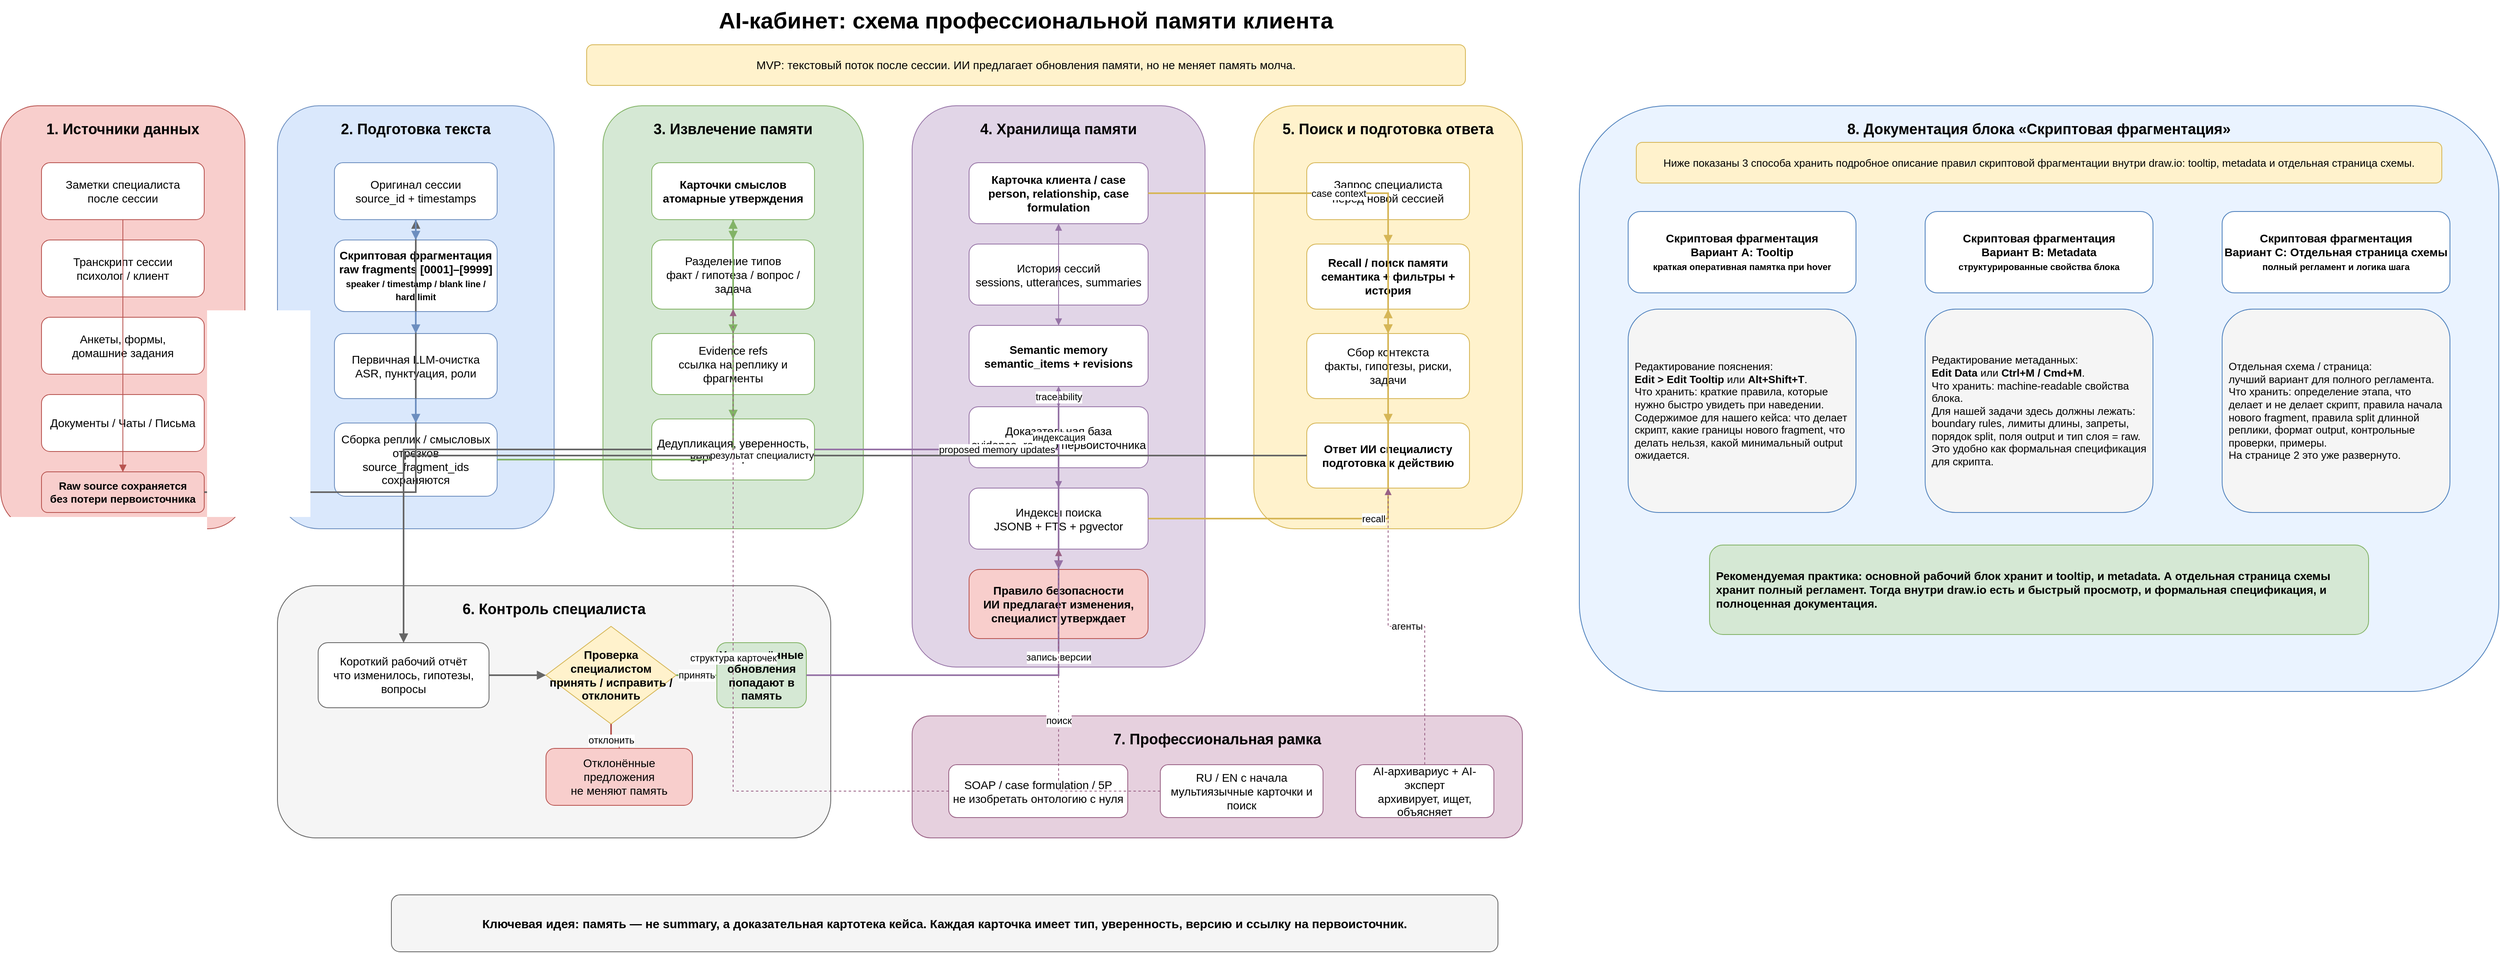
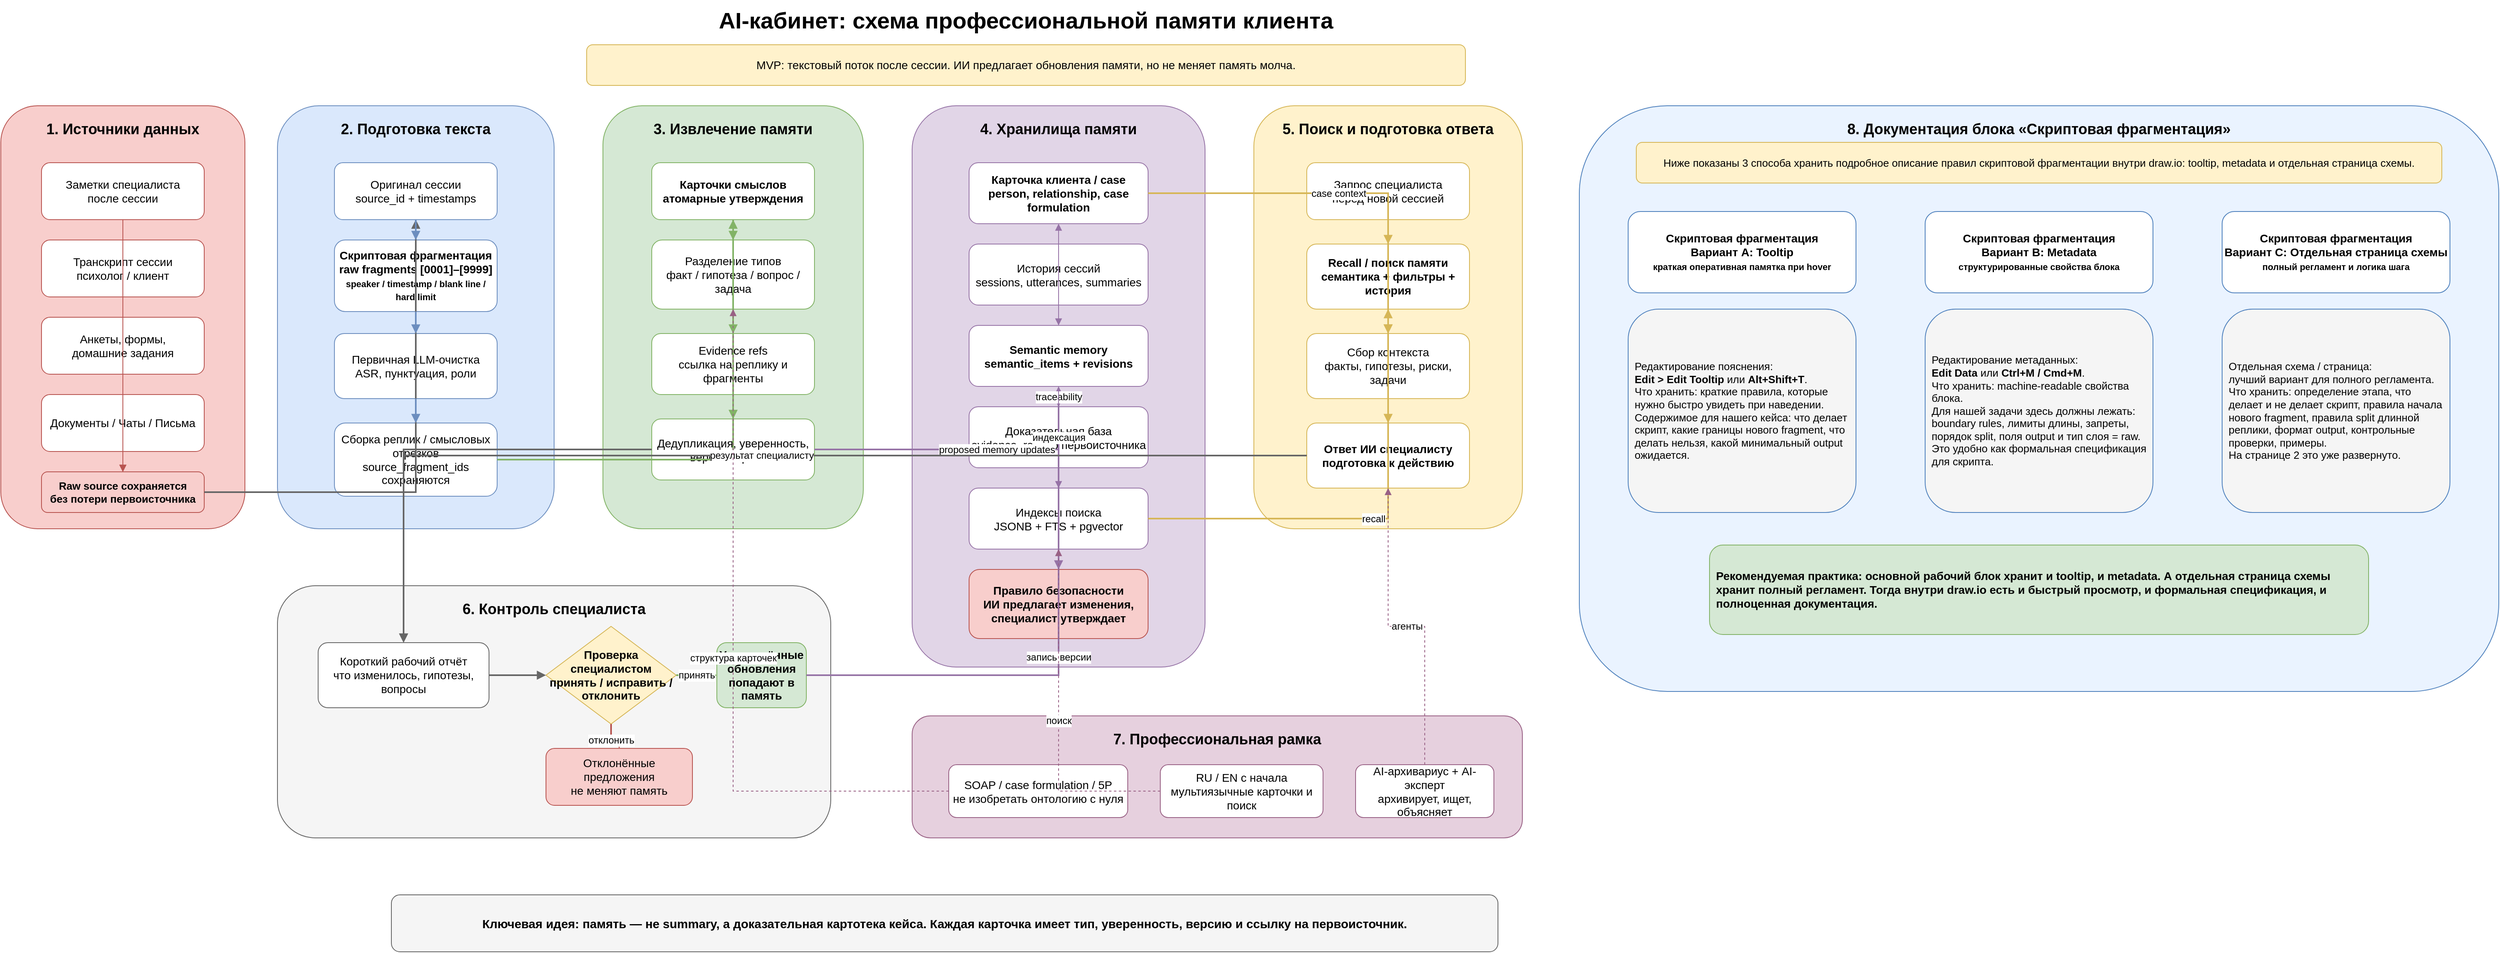
<mxfile host="app.diagrams.net" agent="ChatGPT" version="24.7.17" type="github">
  <diagram name="AI-кабинет — память клиента" id="ai-cabinet-memory-workflow">
    <mxGraphModel dx="3200" dy="1400" grid="1" gridSize="10" guides="1" tooltips="1" connect="1" arrows="1" fold="1" page="1" pageScale="1" pageWidth="3200" pageHeight="1600" math="0" shadow="0">
      <root>
        <mxCell id="0" />
        <mxCell id="1" parent="0" />

        <mxCell id="title" value="AI-кабинет: схема профессиональной памяти клиента" style="text;html=1;strokeColor=none;fillColor=none;align=center;verticalAlign=middle;whiteSpace=wrap;rounded=0;fontSize=28;fontStyle=1" vertex="1" parent="1">
          <mxGeometry x="560" y="20" width="1480" height="50" as="geometry" />
        </mxCell>
        <mxCell id="subtitle" value="MVP: текстовый поток после сессии. ИИ предлагает обновления памяти, но не меняет память молча." style="rounded=1;whiteSpace=wrap;html=1;fillColor=#fff2cc;strokeColor=#d6b656;fontSize=14;align=center;verticalAlign=middle" vertex="1" parent="1">
          <mxGeometry x="760" y="75" width="1080" height="50" as="geometry" />
        </mxCell>

        <mxCell id="zone_input" value="1. Источники данных" style="rounded=1;whiteSpace=wrap;html=1;fillColor=#f8cecc;strokeColor=#b85450;fontSize=18;fontStyle=1;align=center;verticalAlign=top;spacingTop=12" vertex="1" parent="1">
          <mxGeometry x="40" y="150" width="300" height="520" as="geometry" />
        </mxCell>
        <mxCell id="source_notes" value="Заметки специалиста&#xa;после сессии" style="rounded=1;whiteSpace=wrap;html=1;fillColor=#ffffff;strokeColor=#b85450;fontSize=14" vertex="1" parent="1">
          <mxGeometry x="90" y="220" width="200" height="70" as="geometry" />
        </mxCell>
        <mxCell id="source_transcript" value="Транскрипт сессии&#xa;психолог / клиент" style="rounded=1;whiteSpace=wrap;html=1;fillColor=#ffffff;strokeColor=#b85450;fontSize=14" vertex="1" parent="1">
          <mxGeometry x="90" y="315" width="200" height="70" as="geometry" />
        </mxCell>
        <mxCell id="source_forms" value="Анкеты, формы,&#xa;домашние задания" style="rounded=1;whiteSpace=wrap;html=1;fillColor=#ffffff;strokeColor=#b85450;fontSize=14" vertex="1" parent="1">
          <mxGeometry x="90" y="410" width="200" height="70" as="geometry" />
        </mxCell>
        <mxCell id="source_docs" value="Документы / Чаты / Письма" style="rounded=1;whiteSpace=wrap;html=1;fillColor=#ffffff;strokeColor=#b85450;fontSize=14" vertex="1" parent="1">
          <mxGeometry x="90" y="505" width="200" height="70" as="geometry" />
        </mxCell>
        <mxCell id="source_raw" value="Raw source сохраняется&#xa;без потери первоисточника" style="rounded=1;whiteSpace=wrap;html=1;fillColor=#f8cecc;strokeColor=#b85450;fontSize=13;fontStyle=1" vertex="1" parent="1">
          <mxGeometry x="90" y="600" width="200" height="50" as="geometry" />
        </mxCell>

        <mxCell id="zone_prepare" value="2. Подготовка текста" style="rounded=1;whiteSpace=wrap;html=1;fillColor=#dae8fc;strokeColor=#6c8ebf;fontSize=18;fontStyle=1;align=center;verticalAlign=top;spacingTop=12" vertex="1" parent="1">
          <mxGeometry x="380" y="150" width="340" height="520" as="geometry" />
        </mxCell>
        <mxCell id="prep_original" value="Оригинал сессии&#xa;source_id + timestamps" style="rounded=1;whiteSpace=wrap;html=1;fillColor=#ffffff;strokeColor=#6c8ebf;fontSize=14" vertex="1" parent="1">
          <mxGeometry x="450" y="220" width="200" height="70" as="geometry" />
        </mxCell>

        <UserObject id="prep_fragment" label="&lt;b&gt;Скриптовая фрагментация&lt;/b&gt;&lt;br&gt;raw fragments [0001]–[9999]&lt;br&gt;&lt;font style=&quot;font-size:11px;&quot;&gt;speaker / timestamp / blank line / hard limit&lt;/font&gt;" tooltip="Скриптовая фрагментация: детерминированная raw-нарезка. Скрипт не понимает смысл и не чистит текст. Новый fragment создается при смене speaker, новом timestamp-блоке, пустой строке между абзацами при отсутствии speaker labels или при превышении hard limit. Одинарный перенос строки не является новой границей. Выход: fragment_id, raw_text, speaker, char range, line range, timestamps." mode="tooltip" owner="script" layer="raw" boundary_rules="speaker_change|timestamp_block|blank_line_without_speaker|hard_limit" do_not_do="no semantic grouping; no rewriting; no deletion" output_fields="fragment_id; raw_text; speaker; char_start; char_end; line_start; line_end; timestamp_start; timestamp_end">
          <mxCell style="rounded=1;whiteSpace=wrap;html=1;fillColor=#ffffff;strokeColor=#6c8ebf;fontSize=14;fontStyle=1" vertex="1" parent="1">
            <mxGeometry x="450" y="315" width="200" height="88" as="geometry" />
          </mxCell>
        </UserObject>

        <mxCell id="prep_clean" value="Первичная LLM-очистка&#xa;ASR, пунктуация, роли" style="rounded=1;whiteSpace=wrap;html=1;fillColor=#ffffff;strokeColor=#6c8ebf;fontSize=14" vertex="1" parent="1">
          <mxGeometry x="450" y="430" width="200" height="80" as="geometry" />
        </mxCell>
        <mxCell id="prep_assembly" value="Сборка реплик / смысловых отрезков&#xa;source_fragment_ids сохраняются" style="rounded=1;whiteSpace=wrap;html=1;fillColor=#ffffff;strokeColor=#6c8ebf;fontSize=14" vertex="1" parent="1">
          <mxGeometry x="450" y="540" width="200" height="90" as="geometry" />
        </mxCell>

        <mxCell id="zone_extract" value="3. Извлечение памяти" style="rounded=1;whiteSpace=wrap;html=1;fillColor=#d5e8d4;strokeColor=#82b366;fontSize=18;fontStyle=1;align=center;verticalAlign=top;spacingTop=12" vertex="1" parent="1">
          <mxGeometry x="780" y="150" width="320" height="520" as="geometry" />
        </mxCell>
        <mxCell id="extract_cards" value="Карточки смыслов&#xa;атомарные утверждения" style="rounded=1;whiteSpace=wrap;html=1;fillColor=#ffffff;strokeColor=#82b366;fontSize=14;fontStyle=1" vertex="1" parent="1">
          <mxGeometry x="840" y="220" width="200" height="70" as="geometry" />
        </mxCell>
        <mxCell id="extract_fact_hyp" value="Разделение типов&#xa;факт / гипотеза / вопрос / задача" style="rounded=1;whiteSpace=wrap;html=1;fillColor=#ffffff;strokeColor=#82b366;fontSize=14" vertex="1" parent="1">
          <mxGeometry x="840" y="315" width="200" height="85" as="geometry" />
        </mxCell>
        <mxCell id="extract_evidence" value="Evidence refs&#xa;ссылка на реплику и фрагменты" style="rounded=1;whiteSpace=wrap;html=1;fillColor=#ffffff;strokeColor=#82b366;fontSize=14" vertex="1" parent="1">
          <mxGeometry x="840" y="430" width="200" height="75" as="geometry" />
        </mxCell>
        <mxCell id="extract_dedup" value="Дедупликация, уверенность,&#xa;версии карточек" style="rounded=1;whiteSpace=wrap;html=1;fillColor=#ffffff;strokeColor=#82b366;fontSize=14" vertex="1" parent="1">
          <mxGeometry x="840" y="535" width="200" height="75" as="geometry" />
        </mxCell>

        <mxCell id="zone_storage" value="4. Хранилища памяти" style="rounded=1;whiteSpace=wrap;html=1;fillColor=#e1d5e7;strokeColor=#9673a6;fontSize=18;fontStyle=1;align=center;verticalAlign=top;spacingTop=12" vertex="1" parent="1">
          <mxGeometry x="1160" y="150" width="360" height="690" as="geometry" />
        </mxCell>
        <mxCell id="store_client" value="Карточка клиента / case&#xa;person, relationship, case formulation" style="rounded=1;whiteSpace=wrap;html=1;fillColor=#ffffff;strokeColor=#9673a6;fontSize=14;fontStyle=1" vertex="1" parent="1">
          <mxGeometry x="1230" y="220" width="220" height="75" as="geometry" />
        </mxCell>
        <mxCell id="store_sessions" value="История сессий&#xa;sessions, utterances, summaries" style="rounded=1;whiteSpace=wrap;html=1;fillColor=#ffffff;strokeColor=#9673a6;fontSize=14" vertex="1" parent="1">
          <mxGeometry x="1230" y="320" width="220" height="75" as="geometry" />
        </mxCell>
        <mxCell id="store_semantic" value="Semantic memory&#xa;semantic_items + revisions" style="rounded=1;whiteSpace=wrap;html=1;fillColor=#ffffff;strokeColor=#9673a6;fontSize=14;fontStyle=1" vertex="1" parent="1">
          <mxGeometry x="1230" y="420" width="220" height="75" as="geometry" />
        </mxCell>
        <mxCell id="store_evidence" value="Доказательная база&#xa;evidence_refs до первоисточника" style="rounded=1;whiteSpace=wrap;html=1;fillColor=#ffffff;strokeColor=#9673a6;fontSize=14" vertex="1" parent="1">
          <mxGeometry x="1230" y="520" width="220" height="75" as="geometry" />
        </mxCell>
        <mxCell id="store_index" value="Индексы поиска&#xa;JSONB + FTS + pgvector" style="rounded=1;whiteSpace=wrap;html=1;fillColor=#ffffff;strokeColor=#9673a6;fontSize=14" vertex="1" parent="1">
          <mxGeometry x="1230" y="620" width="220" height="75" as="geometry" />
        </mxCell>
        <mxCell id="store_policy" value="Правило безопасности&#xa;ИИ предлагает изменения,&#xa;специалист утверждает" style="rounded=1;whiteSpace=wrap;html=1;fillColor=#f8cecc;strokeColor=#b85450;fontSize=14;fontStyle=1" vertex="1" parent="1">
          <mxGeometry x="1230" y="720" width="220" height="85" as="geometry" />
        </mxCell>

        <mxCell id="zone_retrieval" value="5. Поиск и подготовка ответа" style="rounded=1;whiteSpace=wrap;html=1;fillColor=#fff2cc;strokeColor=#d6b656;fontSize=18;fontStyle=1;align=center;verticalAlign=top;spacingTop=12" vertex="1" parent="1">
          <mxGeometry x="1580" y="150" width="330" height="520" as="geometry" />
        </mxCell>
        <mxCell id="retrieval_query" value="Запрос специалиста&#xa;перед новой сессией" style="rounded=1;whiteSpace=wrap;html=1;fillColor=#ffffff;strokeColor=#d6b656;fontSize=14" vertex="1" parent="1">
          <mxGeometry x="1645" y="220" width="200" height="70" as="geometry" />
        </mxCell>
        <mxCell id="retrieval_search" value="Recall / поиск памяти&#xa;семантика + фильтры + история" style="rounded=1;whiteSpace=wrap;html=1;fillColor=#ffffff;strokeColor=#d6b656;fontSize=14;fontStyle=1" vertex="1" parent="1">
          <mxGeometry x="1645" y="320" width="200" height="80" as="geometry" />
        </mxCell>
        <mxCell id="retrieval_context" value="Сбор контекста&#xa;факты, гипотезы, риски, задачи" style="rounded=1;whiteSpace=wrap;html=1;fillColor=#ffffff;strokeColor=#d6b656;fontSize=14" vertex="1" parent="1">
          <mxGeometry x="1645" y="430" width="200" height="80" as="geometry" />
        </mxCell>
        <mxCell id="retrieval_answer" value="Ответ ИИ специалисту&#xa;подготовка к действию" style="rounded=1;whiteSpace=wrap;html=1;fillColor=#ffffff;strokeColor=#d6b656;fontSize=14;fontStyle=1" vertex="1" parent="1">
          <mxGeometry x="1645" y="540" width="200" height="80" as="geometry" />
        </mxCell>

        <mxCell id="zone_fragment_docs" value="8. Документация блока «Скриптовая фрагментация»" style="rounded=1;whiteSpace=wrap;html=1;fillColor=#eaf3ff;strokeColor=#4f81bd;fontSize=18;fontStyle=1;align=center;verticalAlign=top;spacingTop=12" vertex="1" parent="1">
          <mxGeometry x="1980" y="150" width="1130" height="720" as="geometry" />
        </mxCell>
        <mxCell id="fragment_docs_caption" value="Ниже показаны 3 способа хранить подробное описание правил скриптовой фрагментации внутри draw.io: tooltip, metadata и отдельная страница схемы." style="rounded=1;whiteSpace=wrap;html=1;fillColor=#fff2cc;strokeColor=#d6b656;fontSize=13;align=center" vertex="1" parent="1">
          <mxGeometry x="2050" y="195" width="990" height="50" as="geometry" />
        </mxCell>

        <UserObject id="frag_tooltip_demo" label="&lt;b&gt;Скриптовая фрагментация&lt;/b&gt;&lt;br&gt;Вариант A: Tooltip&lt;br&gt;&lt;font style=&quot;font-size:11px;&quot;&gt;краткая оперативная памятка при hover&lt;/font&gt;" tooltip="1) Скрипт не понимает смысл и не чистит текст. 2) Базовая единица — реплика говорящего. 3) Новый fragment: смена speaker, новый timestamp-блок, пустая строка между абзацами без speaker labels, превышение hard limit. 4) Одинарный перенос строки не создает новый fragment. 5) Длинная реплика режется по . ? ! ; , затем по пробелу перед лимитом. 6) Ничего не удалять и не переписывать. 7) Выход: fragment_id + координаты в исходнике." mode="tooltip">
          <mxCell style="rounded=1;whiteSpace=wrap;html=1;fillColor=#ffffff;strokeColor=#4f81bd;fontSize=14;fontStyle=1" vertex="1" parent="1">
            <mxGeometry x="2040" y="280" width="280" height="100" as="geometry" />
          </mxCell>
        </UserObject>
        <mxCell id="frag_tooltip_note" value="Редактирование пояснения:&lt;br&gt;&lt;b&gt;Edit &gt; Edit Tooltip&lt;/b&gt; или &lt;b&gt;Alt+Shift+T&lt;/b&gt;.&lt;br&gt;Что хранить: краткие правила, которые нужно быстро увидеть при наведении.&lt;br&gt;Содержимое для нашего кейса: что делает скрипт, какие границы нового fragment, что делать нельзя, какой минимальный output ожидается." style="rounded=1;whiteSpace=wrap;html=1;fillColor=#f5f5f5;strokeColor=#4f81bd;fontSize=13;align=left;spacing=8" vertex="1" parent="1">
          <mxGeometry x="2040" y="400" width="280" height="250" as="geometry" />
        </mxCell>

        <UserObject id="frag_metadata_demo" label="&lt;b&gt;Скриптовая фрагментация&lt;/b&gt;&lt;br&gt;Вариант B: Metadata&lt;br&gt;&lt;font style=&quot;font-size:11px;&quot;&gt;структурированные свойства блока&lt;/font&gt;" owner="script" layer="raw" input_unit="replica_or_paragraph" new_fragment_when="speaker_change|timestamp|blank_line|hard_limit" one_newline_rule="keep_inside_fragment" hard_limit_chars="1200" target_chars="300-800" split_order="sentence; semicolon; comma; space; char" prohibited_actions="no_semantic_grouping; no_cleanup; no_rewrite; no_drop" output_fields="fragment_id; source_id; speaker; raw_text; char_start; char_end; line_start; line_end; timestamp_start; timestamp_end">
          <mxCell style="rounded=1;whiteSpace=wrap;html=1;fillColor=#ffffff;strokeColor=#4f81bd;fontSize=14;fontStyle=1" vertex="1" parent="1">
            <mxGeometry x="2405" y="280" width="280" height="100" as="geometry" />
          </mxCell>
        </UserObject>
        <mxCell id="frag_metadata_note" value="Редактирование метаданных:&lt;br&gt;&lt;b&gt;Edit Data&lt;/b&gt; или &lt;b&gt;Ctrl+M / Cmd+M&lt;/b&gt;.&lt;br&gt;Что хранить: machine-readable свойства блока.&lt;br&gt;Для нашей задачи здесь должны лежать: boundary rules, лимиты длины, запреты, порядок split, поля output и тип слоя = raw.&lt;br&gt;Это удобно как формальная спецификация для скрипта." style="rounded=1;whiteSpace=wrap;html=1;fillColor=#f5f5f5;strokeColor=#4f81bd;fontSize=13;align=left;spacing=8" vertex="1" parent="1">
          <mxGeometry x="2405" y="400" width="280" height="250" as="geometry" />
        </mxCell>

        <UserObject id="frag_page_demo" label="&lt;b&gt;Скриптовая фрагментация&lt;/b&gt;&lt;br&gt;Вариант C: Отдельная страница схемы&lt;br&gt;&lt;font style=&quot;font-size:11px;&quot;&gt;полный регламент и логика шага&lt;/font&gt;" tooltip="Подробный регламент вынесен на отдельную страницу: 'Скриптовая фрагментация — регламент'. Там можно хранить полный текст правил, псевдо-алгоритм, проверки целостности и структуру output." mode="page">
          <mxCell style="rounded=1;whiteSpace=wrap;html=1;fillColor=#ffffff;strokeColor=#4f81bd;fontSize=14;fontStyle=1" vertex="1" parent="1">
            <mxGeometry x="2770" y="280" width="280" height="100" as="geometry" />
          </mxCell>
        </UserObject>
        <mxCell id="frag_page_note" value="Отдельная схема / страница:&lt;br&gt;лучший вариант для полного регламента.&lt;br&gt;Что хранить: определение этапа, что делает и не делает скрипт, правила начала нового fragment, правила split длинной реплики, формат output, контрольные проверки, примеры.&lt;br&gt;На странице 2 это уже развернуто." style="rounded=1;whiteSpace=wrap;html=1;fillColor=#f5f5f5;strokeColor=#4f81bd;fontSize=13;align=left;spacing=8" vertex="1" parent="1">
          <mxGeometry x="2770" y="400" width="280" height="250" as="geometry" />
        </mxCell>

        <mxCell id="fragment_summary_note" value="Рекомендуемая практика: основной рабочий блок хранит и tooltip, и metadata. А отдельная страница схемы хранит полный регламент. Тогда внутри draw.io есть и быстрый просмотр, и формальная спецификация, и полноценная документация." style="rounded=1;whiteSpace=wrap;html=1;fillColor=#d5e8d4;strokeColor=#82b366;fontSize=14;fontStyle=1;align=left;spacing=8" vertex="1" parent="1">
          <mxGeometry x="2140" y="690" width="810" height="110" as="geometry" />
        </mxCell>

        <mxCell id="zone_human" value="6. Контроль специалиста" style="rounded=1;whiteSpace=wrap;html=1;fillColor=#f5f5f5;strokeColor=#666666;fontSize=18;fontStyle=1;align=center;verticalAlign=top;spacingTop=12" vertex="1" parent="1">
          <mxGeometry x="380" y="740" width="680" height="310" as="geometry" />
        </mxCell>
        <mxCell id="human_report" value="Короткий рабочий отчёт&#xa;что изменилось, гипотезы, вопросы" style="rounded=1;whiteSpace=wrap;html=1;fillColor=#ffffff;strokeColor=#666666;fontSize=14" vertex="1" parent="1">
          <mxGeometry x="430" y="810" width="210" height="80" as="geometry" />
        </mxCell>
        <mxCell id="human_review" value="Проверка специалистом&#xa;принять / исправить / отклонить" style="rhombus;whiteSpace=wrap;html=1;fillColor=#fff2cc;strokeColor=#d6b656;fontSize=14;fontStyle=1" vertex="1" parent="1">
          <mxGeometry x="710" y="790" width="160" height="120" as="geometry" />
        </mxCell>
        <mxCell id="human_commit" value="Утверждённые обновления&#xa;попадают в память" style="rounded=1;whiteSpace=wrap;html=1;fillColor=#d5e8d4;strokeColor=#82b366;fontSize=14;fontStyle=1" vertex="1" parent="1">
          <mxGeometry x="920" y="810" width="110" height="80" as="geometry" />
        </mxCell>
        <mxCell id="human_reject" value="Отклонённые предложения&#xa;не меняют память" style="rounded=1;whiteSpace=wrap;html=1;fillColor=#f8cecc;strokeColor=#b85450;fontSize=14" vertex="1" parent="1">
          <mxGeometry x="710" y="940" width="180" height="70" as="geometry" />
        </mxCell>

        <mxCell id="zone_standards" value="7. Профессиональная рамка" style="rounded=1;whiteSpace=wrap;html=1;fillColor=#e6d0de;strokeColor=#996185;fontSize=18;fontStyle=1;align=center;verticalAlign=top;spacingTop=12" vertex="1" parent="1">
          <mxGeometry x="1160" y="900" width="750" height="150" as="geometry" />
        </mxCell>
        <mxCell id="standard_soap" value="SOAP / case formulation / 5P&#xa;не изобретать онтологию с нуля" style="rounded=1;whiteSpace=wrap;html=1;fillColor=#ffffff;strokeColor=#996185;fontSize=14" vertex="1" parent="1">
          <mxGeometry x="1205" y="960" width="220" height="65" as="geometry" />
        </mxCell>
        <mxCell id="standard_multi" value="RU / EN с начала&#xa;мультиязычные карточки и поиск" style="rounded=1;whiteSpace=wrap;html=1;fillColor=#ffffff;strokeColor=#996185;fontSize=14" vertex="1" parent="1">
          <mxGeometry x="1465" y="960" width="200" height="65" as="geometry" />
        </mxCell>
        <mxCell id="standard_roles" value="AI-архивариус + AI-эксперт&#xa;архивирует, ищет, объясняет" style="rounded=1;whiteSpace=wrap;html=1;fillColor=#ffffff;strokeColor=#996185;fontSize=14" vertex="1" parent="1">
          <mxGeometry x="1705" y="960" width="170" height="65" as="geometry" />
        </mxCell>

        <mxCell id="note_bottom" value="Ключевая идея: память — не summary, а доказательная картотека кейса. Каждая карточка имеет тип, уверенность, версию и ссылку на первоисточник." style="rounded=1;whiteSpace=wrap;html=1;fillColor=#f5f5f5;strokeColor=#666666;fontSize=15;fontStyle=1;align=center" vertex="1" parent="1">
          <mxGeometry x="520" y="1120" width="1360" height="70" as="geometry" />
        </mxCell>

        <mxCell id="edge_notes_raw" value="" style="edgeStyle=orthogonalEdgeStyle;rounded=0;orthogonalLoop=1;jettySize=auto;html=1;endArrow=block;endFill=1;strokeColor=#b85450;" edge="1" parent="1" source="source_notes" target="source_raw"><mxGeometry relative="1" as="geometry" /></mxCell>
        <mxCell id="edge_transcript_raw" value="" style="edgeStyle=orthogonalEdgeStyle;rounded=0;orthogonalLoop=1;jettySize=auto;html=1;endArrow=block;endFill=1;strokeColor=#b85450;" edge="1" parent="1" source="source_transcript" target="source_raw"><mxGeometry relative="1" as="geometry" /></mxCell>
        <mxCell id="edge_forms_raw" value="" style="edgeStyle=orthogonalEdgeStyle;rounded=0;orthogonalLoop=1;jettySize=auto;html=1;endArrow=block;endFill=1;strokeColor=#b85450;" edge="1" parent="1" source="source_forms" target="source_raw"><mxGeometry relative="1" as="geometry" /></mxCell>
        <mxCell id="edge_docs_raw" value="" style="edgeStyle=orthogonalEdgeStyle;rounded=0;orthogonalLoop=1;jettySize=auto;html=1;endArrow=block;endFill=1;strokeColor=#b85450;" edge="1" parent="1" source="source_docs" target="source_raw"><mxGeometry relative="1" as="geometry" /></mxCell>
        <mxCell id="edge_source_raw" value="" style="edgeStyle=orthogonalEdgeStyle;rounded=0;orthogonalLoop=1;jettySize=auto;html=1;endArrow=block;endFill=1;strokeWidth=2;strokeColor=#666666;" edge="1" parent="1" source="source_raw" target="prep_original"><mxGeometry relative="1" as="geometry" /></mxCell>
        <mxCell id="edge_prep1" value="" style="edgeStyle=orthogonalEdgeStyle;rounded=0;orthogonalLoop=1;jettySize=auto;html=1;endArrow=block;endFill=1;strokeWidth=2;strokeColor=#6c8ebf;" edge="1" parent="1" source="prep_original" target="prep_fragment"><mxGeometry relative="1" as="geometry" /></mxCell>
        <mxCell id="edge_prep2" value="" style="edgeStyle=orthogonalEdgeStyle;rounded=0;orthogonalLoop=1;jettySize=auto;html=1;endArrow=block;endFill=1;strokeWidth=2;strokeColor=#6c8ebf;" edge="1" parent="1" source="prep_fragment" target="prep_clean"><mxGeometry relative="1" as="geometry" /></mxCell>
        <mxCell id="edge_prep3" value="" style="edgeStyle=orthogonalEdgeStyle;rounded=0;orthogonalLoop=1;jettySize=auto;html=1;endArrow=block;endFill=1;strokeWidth=2;strokeColor=#6c8ebf;" edge="1" parent="1" source="prep_clean" target="prep_assembly"><mxGeometry relative="1" as="geometry" /></mxCell>
        <mxCell id="edge_to_extract" value="" style="edgeStyle=orthogonalEdgeStyle;rounded=0;orthogonalLoop=1;jettySize=auto;html=1;endArrow=block;endFill=1;strokeWidth=2;strokeColor=#82b366;" edge="1" parent="1" source="prep_assembly" target="extract_cards"><mxGeometry relative="1" as="geometry" /></mxCell>
        <mxCell id="edge_extract1" value="" style="edgeStyle=orthogonalEdgeStyle;rounded=0;orthogonalLoop=1;jettySize=auto;html=1;endArrow=block;endFill=1;strokeWidth=2;strokeColor=#82b366;" edge="1" parent="1" source="extract_cards" target="extract_fact_hyp"><mxGeometry relative="1" as="geometry" /></mxCell>
        <mxCell id="edge_extract2" value="" style="edgeStyle=orthogonalEdgeStyle;rounded=0;orthogonalLoop=1;jettySize=auto;html=1;endArrow=block;endFill=1;strokeWidth=2;strokeColor=#82b366;" edge="1" parent="1" source="extract_fact_hyp" target="extract_evidence"><mxGeometry relative="1" as="geometry" /></mxCell>
        <mxCell id="edge_extract3" value="" style="edgeStyle=orthogonalEdgeStyle;rounded=0;orthogonalLoop=1;jettySize=auto;html=1;endArrow=block;endFill=1;strokeWidth=2;strokeColor=#82b366;" edge="1" parent="1" source="extract_evidence" target="extract_dedup"><mxGeometry relative="1" as="geometry" /></mxCell>
        <mxCell id="edge_to_store" value="proposed memory updates" style="edgeStyle=orthogonalEdgeStyle;rounded=0;orthogonalLoop=1;jettySize=auto;html=1;endArrow=block;endFill=1;strokeWidth=2;strokeColor=#9673a6;fontSize=12;" edge="1" parent="1" source="extract_dedup" target="store_policy"><mxGeometry relative="1" as="geometry" /></mxCell>
        <mxCell id="edge_human_report" value="" style="edgeStyle=orthogonalEdgeStyle;rounded=0;orthogonalLoop=1;jettySize=auto;html=1;endArrow=block;endFill=1;strokeWidth=2;strokeColor=#666666;" edge="1" parent="1" source="extract_dedup" target="human_report"><mxGeometry relative="1" as="geometry" /></mxCell>
        <mxCell id="edge_report_review" value="" style="edgeStyle=orthogonalEdgeStyle;rounded=0;orthogonalLoop=1;jettySize=auto;html=1;endArrow=block;endFill=1;strokeWidth=2;strokeColor=#666666;" edge="1" parent="1" source="human_report" target="human_review"><mxGeometry relative="1" as="geometry" /></mxCell>
        <mxCell id="edge_review_commit" value="принять" style="edgeStyle=orthogonalEdgeStyle;rounded=0;orthogonalLoop=1;jettySize=auto;html=1;endArrow=block;endFill=1;strokeWidth=2;strokeColor=#82b366;fontSize=12;" edge="1" parent="1" source="human_review" target="human_commit"><mxGeometry relative="1" as="geometry" /></mxCell>
        <mxCell id="edge_review_reject" value="отклонить" style="edgeStyle=orthogonalEdgeStyle;rounded=0;orthogonalLoop=1;jettySize=auto;html=1;endArrow=block;endFill=1;strokeWidth=2;strokeColor=#b85450;fontSize=12;" edge="1" parent="1" source="human_review" target="human_reject"><mxGeometry relative="1" as="geometry" /></mxCell>
        <mxCell id="edge_commit_store" value="запись версии" style="edgeStyle=orthogonalEdgeStyle;rounded=0;orthogonalLoop=1;jettySize=auto;html=1;endArrow=block;endFill=1;strokeWidth=2;strokeColor=#9673a6;fontSize=12;" edge="1" parent="1" source="human_commit" target="store_semantic"><mxGeometry relative="1" as="geometry" /></mxCell>
        <mxCell id="edge_store_client" value="" style="edgeStyle=orthogonalEdgeStyle;rounded=0;orthogonalLoop=1;jettySize=auto;html=1;endArrow=block;endFill=1;strokeColor=#9673a6;" edge="1" parent="1" source="store_semantic" target="store_client"><mxGeometry relative="1" as="geometry" /></mxCell>
        <mxCell id="edge_store_sessions" value="" style="edgeStyle=orthogonalEdgeStyle;rounded=0;orthogonalLoop=1;jettySize=auto;html=1;endArrow=block;endFill=1;strokeColor=#9673a6;" edge="1" parent="1" source="store_sessions" target="store_semantic"><mxGeometry relative="1" as="geometry" /></mxCell>
        <mxCell id="edge_store_evidence" value="traceability" style="edgeStyle=orthogonalEdgeStyle;rounded=0;orthogonalLoop=1;jettySize=auto;html=1;endArrow=block;endFill=1;strokeColor=#9673a6;fontSize=12;" edge="1" parent="1" source="store_semantic" target="store_evidence"><mxGeometry relative="1" as="geometry" /></mxCell>
        <mxCell id="edge_store_index" value="индексация" style="edgeStyle=orthogonalEdgeStyle;rounded=0;orthogonalLoop=1;jettySize=auto;html=1;endArrow=block;endFill=1;strokeColor=#9673a6;fontSize=12;" edge="1" parent="1" source="store_semantic" target="store_index"><mxGeometry relative="1" as="geometry" /></mxCell>
        <mxCell id="edge_query_search" value="" style="edgeStyle=orthogonalEdgeStyle;rounded=0;orthogonalLoop=1;jettySize=auto;html=1;endArrow=block;endFill=1;strokeWidth=2;strokeColor=#d6b656;" edge="1" parent="1" source="retrieval_query" target="retrieval_search"><mxGeometry relative="1" as="geometry" /></mxCell>
        <mxCell id="edge_search_context" value="" style="edgeStyle=orthogonalEdgeStyle;rounded=0;orthogonalLoop=1;jettySize=auto;html=1;endArrow=block;endFill=1;strokeWidth=2;strokeColor=#d6b656;" edge="1" parent="1" source="retrieval_search" target="retrieval_context"><mxGeometry relative="1" as="geometry" /></mxCell>
        <mxCell id="edge_context_answer" value="" style="edgeStyle=orthogonalEdgeStyle;rounded=0;orthogonalLoop=1;jettySize=auto;html=1;endArrow=block;endFill=1;strokeWidth=2;strokeColor=#d6b656;" edge="1" parent="1" source="retrieval_context" target="retrieval_answer"><mxGeometry relative="1" as="geometry" /></mxCell>
        <mxCell id="edge_index_search" value="recall" style="edgeStyle=orthogonalEdgeStyle;rounded=0;orthogonalLoop=1;jettySize=auto;html=1;endArrow=block;endFill=1;strokeWidth=2;strokeColor=#d6b656;fontSize=12;" edge="1" parent="1" source="store_index" target="retrieval_search"><mxGeometry relative="1" as="geometry" /></mxCell>
        <mxCell id="edge_client_context" value="case context" style="edgeStyle=orthogonalEdgeStyle;rounded=0;orthogonalLoop=1;jettySize=auto;html=1;endArrow=block;endFill=1;strokeWidth=2;strokeColor=#d6b656;fontSize=12;" edge="1" parent="1" source="store_client" target="retrieval_context"><mxGeometry relative="1" as="geometry" /></mxCell>
        <mxCell id="edge_answer_report" value="результат специалисту" style="edgeStyle=orthogonalEdgeStyle;rounded=0;orthogonalLoop=1;jettySize=auto;html=1;endArrow=block;endFill=1;strokeWidth=2;strokeColor=#666666;fontSize=12;" edge="1" parent="1" source="retrieval_answer" target="human_report"><mxGeometry relative="1" as="geometry" /></mxCell>
        <mxCell id="edge_standard_semantic" value="структура карточек" style="edgeStyle=orthogonalEdgeStyle;rounded=0;orthogonalLoop=1;jettySize=auto;html=1;endArrow=block;endFill=1;strokeColor=#996185;fontSize=12;dashed=1;" edge="1" parent="1" source="standard_soap" target="extract_fact_hyp"><mxGeometry relative="1" as="geometry" /></mxCell>
        <mxCell id="edge_standard_multi" value="поиск" style="edgeStyle=orthogonalEdgeStyle;rounded=0;orthogonalLoop=1;jettySize=auto;html=1;endArrow=block;endFill=1;strokeColor=#996185;fontSize=12;dashed=1;" edge="1" parent="1" source="standard_multi" target="store_index"><mxGeometry relative="1" as="geometry" /></mxCell>
        <mxCell id="edge_standard_roles" value="агенты" style="edgeStyle=orthogonalEdgeStyle;rounded=0;orthogonalLoop=1;jettySize=auto;html=1;endArrow=block;endFill=1;strokeColor=#996185;fontSize=12;dashed=1;" edge="1" parent="1" source="standard_roles" target="retrieval_answer"><mxGeometry relative="1" as="geometry" /></mxCell>
      </root>
    </mxGraphModel>
  </diagram>

  <diagram name="Скриптовая фрагментация — регламент" id="script-fragmentation-spec">
    <mxGraphModel dx="2200" dy="1400" grid="1" gridSize="10" guides="1" tooltips="1" connect="1" arrows="1" fold="1" page="1" pageScale="1" pageWidth="2200" pageHeight="1600" math="0" shadow="0">
      <root>
        <mxCell id="0" />
        <mxCell id="1" parent="0" />

        <mxCell id="spec_title" value="Скриптовая фрагментация — полный регламент" style="text;html=1;strokeColor=none;fillColor=none;align=center;verticalAlign=middle;whiteSpace=wrap;rounded=0;fontSize=28;fontStyle=1" vertex="1" parent="1">
          <mxGeometry x="320" y="20" width="1560" height="50" as="geometry" />
        </mxCell>
        <mxCell id="spec_intro" value="Этап выполняет скрипт, а не LLM. Задача этапа — создать стабильный raw-слой фрагментов, который можно однозначно привязать к месту в исходном транскрипте." style="rounded=1;whiteSpace=wrap;html=1;fillColor=#fff2cc;strokeColor=#d6b656;fontSize=15;fontStyle=1;align=center" vertex="1" parent="1">
          <mxGeometry x="350" y="85" width="1500" height="60" as="geometry" />
        </mxCell>

        <mxCell id="spec_zone_1" value="1. Что делает этап" style="rounded=1;whiteSpace=wrap;html=1;fillColor=#dae8fc;strokeColor=#6c8ebf;fontSize=18;fontStyle=1;align=center;verticalAlign=top;spacingTop=10" vertex="1" parent="1">
          <mxGeometry x="60" y="180" width="470" height="220" as="geometry" />
        </mxCell>
        <mxCell id="spec_text_1" value="• Делит исходный текст на стабильные raw fragments.&#xa;• Назначает каждому fragment ID [0001]–[9999].&#xa;• Сохраняет координаты в исходнике: позиции, строки, timestamps.&#xa;• Готовит детерминированный вход для следующего LLM-этапа." style="rounded=0;whiteSpace=wrap;html=1;fillColor=none;strokeColor=none;fontSize=15;align=left;spacingLeft=8;spacingTop=8" vertex="1" parent="1">
          <mxGeometry x="90" y="230" width="410" height="140" as="geometry" />
        </mxCell>

        <mxCell id="spec_zone_2" value="2. Что скрипт НЕ делает" style="rounded=1;whiteSpace=wrap;html=1;fillColor=#f8cecc;strokeColor=#b85450;fontSize=18;fontStyle=1;align=center;verticalAlign=top;spacingTop=10" vertex="1" parent="1">
          <mxGeometry x="580" y="180" width="470" height="220" as="geometry" />
-         </mxGeometry></mxCell>
+         </mxCell>
        <mxCell id="spec_text_2" value="• Не выделяет психологический смысл.&#xa;• Не объединяет фрагменты по теме.&#xa;• Не чистит ASR, пунктуацию и роли.&#xa;• Не переписывает, не сокращает и не удаляет текст.&#xa;• Не выкидывает [пауза], [смех], [неразборчиво]." style="rounded=0;whiteSpace=wrap;html=1;fillColor=none;strokeColor=none;fontSize=15;align=left;spacingLeft=8;spacingTop=8" vertex="1" parent="1">
          <mxGeometry x="610" y="225" width="410" height="150" as="geometry" />
        </mxCell>

        <mxCell id="spec_zone_3" value="3. Жёсткие границы нового fragment" style="rounded=1;whiteSpace=wrap;html=1;fillColor=#d5e8d4;strokeColor=#82b366;fontSize=18;fontStyle=1;align=center;verticalAlign=top;spacingTop=10" vertex="1" parent="1">
          <mxGeometry x="1100" y="180" width="1040" height="220" as="geometry" />
        </mxCell>
        <mxCell id="spec_text_3" value="Новый fragment создаётся, если:&#xa;1) сменился speaker;&#xa;2) начался новый timestamp-блок;&#xa;3) при отсутствии speaker labels встретилась пустая строка между абзацами;&#xa;4) превысился hard limit длины.&#xa;Одинарный перенос строки внутри той же реплики НЕ является новой границей." style="rounded=0;whiteSpace=wrap;html=1;fillColor=none;strokeColor=none;fontSize=15;align=left;spacingLeft=8;spacingTop=8" vertex="1" parent="1">
          <mxGeometry x="1130" y="225" width="980" height="150" as="geometry" />
        </mxCell>

        <mxCell id="spec_zone_4" value="4. Базовая единица и правило строки" style="rounded=1;whiteSpace=wrap;html=1;fillColor=#e1d5e7;strokeColor=#9673a6;fontSize=18;fontStyle=1;align=center;verticalAlign=top;spacingTop=10" vertex="1" parent="1">
          <mxGeometry x="60" y="450" width="600" height="240" as="geometry" />
        </mxCell>
        <mxCell id="spec_text_4" value="• Если есть speaker labels, базовая единица = реплика говорящего.&#xa;• Несколько строк одной и той же реплики остаются в одном fragment.&#xa;• Если speaker labels нет, базовая единица = абзац, разделённый пустой строкой.&#xa;• Одинарный line break внутри абзаца сохраняется внутри fragment." style="rounded=0;whiteSpace=wrap;html=1;fillColor=none;strokeColor=none;fontSize=15;align=left;spacingLeft=8;spacingTop=8" vertex="1" parent="1">
          <mxGeometry x="95" y="500" width="530" height="155" as="geometry" />
        </mxCell>

        <mxCell id="spec_zone_5" value="5. Правило длинной реплики" style="rounded=1;whiteSpace=wrap;html=1;fillColor=#dae8fc;strokeColor=#6c8ebf;fontSize=18;fontStyle=1;align=center;verticalAlign=top;spacingTop=10" vertex="1" parent="1">
          <mxGeometry x="710" y="450" width="670" height="240" as="geometry" />
        </mxCell>
        <mxCell id="spec_text_5" value="Target size: 300–800 символов. Hard limit: 1200 символов.&#xa;Если fragment длиннее hard limit, делить в порядке приоритета:&#xa;1) конец предложения (. ? ! …);&#xa;2) точка с запятой; 3) запятая; 4) пробел перед лимитом; 5) крайний случай — по символу.&#xa;Связь частей хранить в metadata, а не в номере." style="rounded=0;whiteSpace=wrap;html=1;fillColor=none;strokeColor=none;fontSize=15;align=left;spacingLeft=8;spacingTop=8" vertex="1" parent="1">
          <mxGeometry x="740" y="500" width="610" height="160" as="geometry" />
        </mxCell>

        <mxCell id="spec_zone_6" value="6. Формат output fragment" style="rounded=1;whiteSpace=wrap;html=1;fillColor=#fff2cc;strokeColor=#d6b656;fontSize=18;fontStyle=1;align=center;verticalAlign=top;spacingTop=10" vertex="1" parent="1">
          <mxGeometry x="1430" y="450" width="710" height="240" as="geometry" />
        </mxCell>
        <mxCell id="spec_text_6" value="Обязательные поля: fragment_id, source_id, speaker, raw_text, char_start, char_end, line_start, line_end, timestamp_start, timestamp_end.&#xa;raw_text — это не очищенный текст, а точный кусок исходника.&#xa;Нумерация только сквозная: 0001, 0002, ..., 9999." style="rounded=0;whiteSpace=wrap;html=1;fillColor=none;strokeColor=none;fontSize=15;align=left;spacingLeft=8;spacingTop=8" vertex="1" parent="1">
          <mxGeometry x="1460" y="500" width="650" height="150" as="geometry" />
        </mxCell>

        <mxCell id="spec_zone_7" value="7. Контрольные проверки" style="rounded=1;whiteSpace=wrap;html=1;fillColor=#f5f5f5;strokeColor=#666666;fontSize=18;fontStyle=1;align=center;verticalAlign=top;spacingTop=10" vertex="1" parent="1">
          <mxGeometry x="60" y="740" width="1020" height="220" as="geometry" />
        </mxCell>
        <mxCell id="spec_text_7" value="• Все non-empty символы исходника должны попасть ровно в один fragment.&#xa;• Не должно быть потерь, дубликатов и наложений диапазонов.&#xa;• Нумерация должна быть непрерывной и уникальной.&#xa;• Каждый fragment должен быть восстанавливаем до исходного места в документе.&#xa;• Этап должен быть повторяемым: тот же input → тот же output." style="rounded=0;whiteSpace=wrap;html=1;fillColor=none;strokeColor=none;fontSize=15;align=left;spacingLeft=8;spacingTop=8" vertex="1" parent="1">
          <mxGeometry x="95" y="790" width="950" height="145" as="geometry" />
        </mxCell>

        <mxCell id="spec_zone_8" value="8. Переход к следующему этапу" style="rounded=1;whiteSpace=wrap;html=1;fillColor=#d5e8d4;strokeColor=#82b366;fontSize=18;fontStyle=1;align=center;verticalAlign=top;spacingTop=10" vertex="1" parent="1">
          <mxGeometry x="1130" y="740" width="1010" height="220" as="geometry" />
        </mxCell>
        <mxCell id="spec_text_8" value="После скриптовой фрагментации LLM получает уже не исходный монолитный текст, а пакет raw fragments. Дальше LLM делает санитарную очистку, нормализацию и смысловую сборку, но при этом обязана сохранять source_fragment_ids. Это и есть мост между raw-слоем и semantic memory." style="rounded=0;whiteSpace=wrap;html=1;fillColor=none;strokeColor=none;fontSize=15;align=left;spacingLeft=8;spacingTop=8" vertex="1" parent="1">
          <mxGeometry x="1160" y="790" width="950" height="145" as="geometry" />
        </mxCell>

        <mxCell id="spec_bottom" value="Рекомендация: в основном рабочем блоке хранить краткий tooltip + формальные metadata. Полный регламент держать на отдельной странице этой же схемы." style="rounded=1;whiteSpace=wrap;html=1;fillColor=#d5e8d4;strokeColor=#82b366;fontSize=16;fontStyle=1;align=center" vertex="1" parent="1">
          <mxGeometry x="360" y="1010" width="1480" height="70" as="geometry" />
        </mxCell>
      </root>
    </mxGraphModel>
  </diagram>
</mxfile>